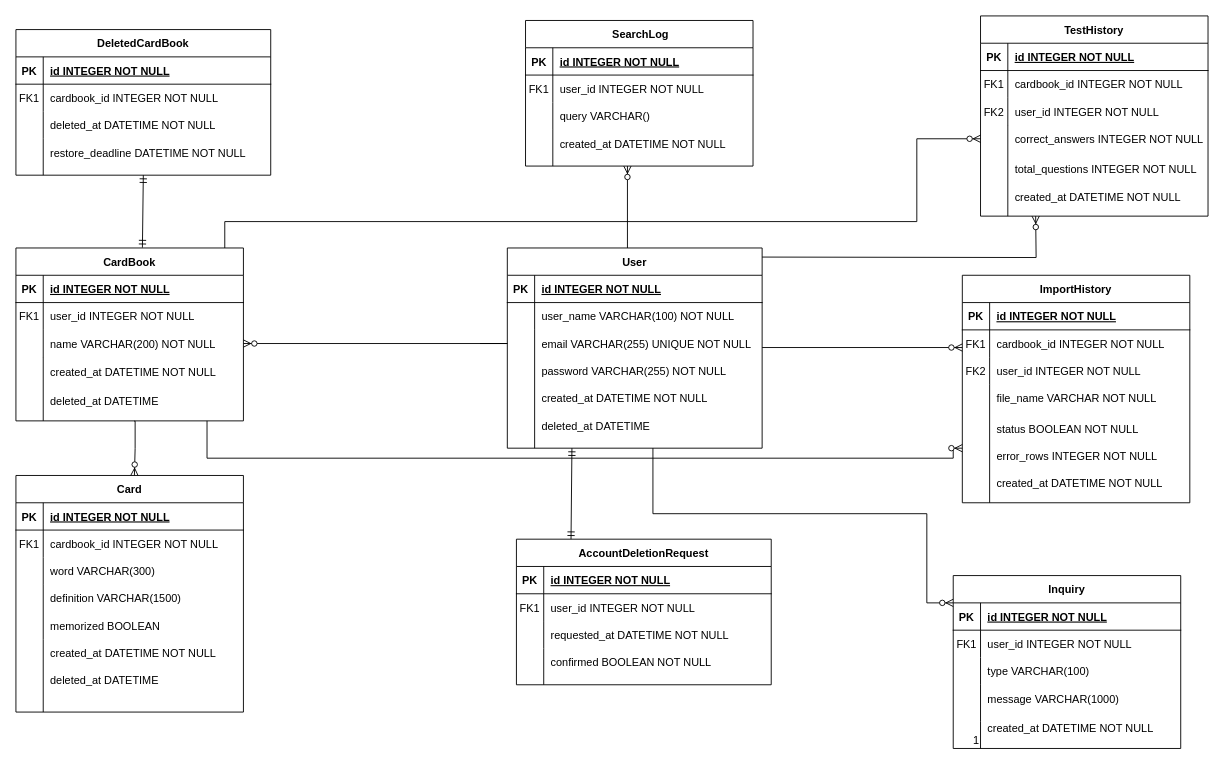
Earlier version of the draw.io diagram tango_er.drawio (osakanae/tango). Source tidied: cells renumbered, new cells numbered last; positions are measured from the earlier drawing's top-left corner, leaving out a move shared by most shapes. Both pictures are drawn from the tidied source at 91%, with x=0, y=0 at pixel (15, 15).
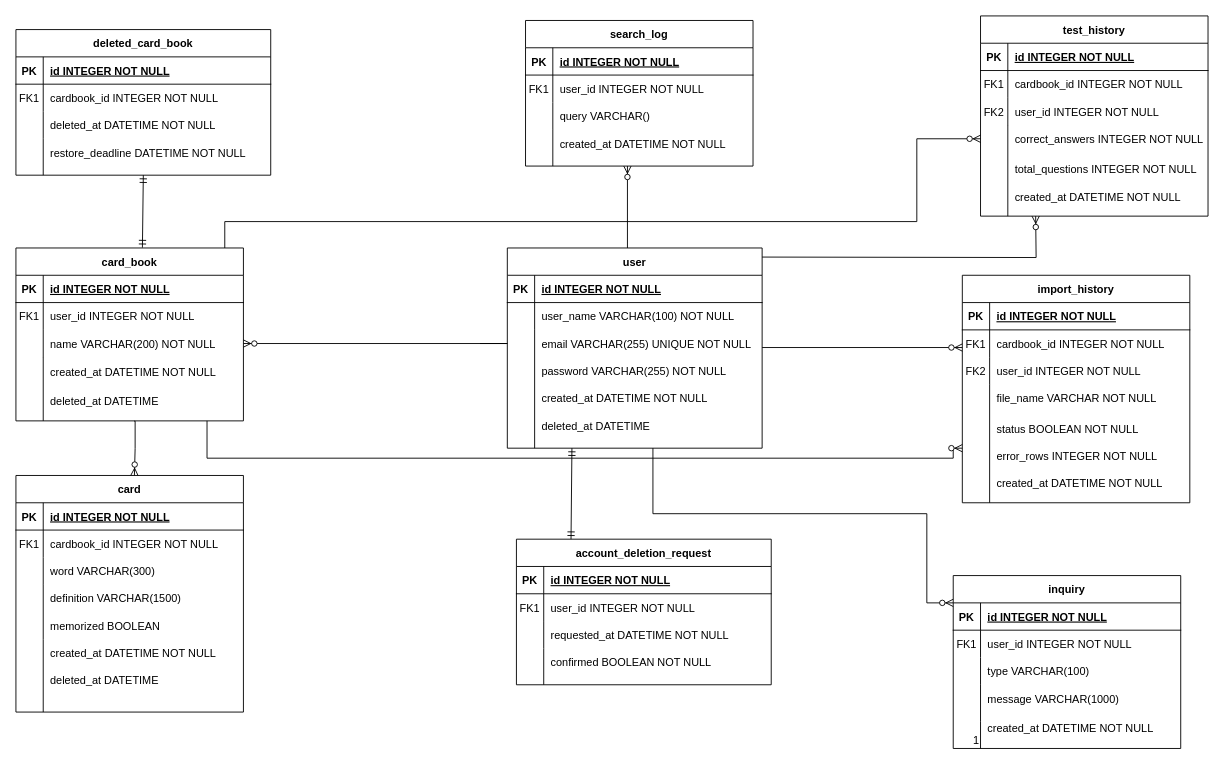
After the change.

Commit message:
テーブル名変更しました

Unchanged cells that the change refers to:
```xml
<mxCell id="2" style="group;" parent="1" vertex="1">
  <mxGeometry x="540" y="255" width="280" height="220" as="geometry" />
</mxCell>
<mxCell id="18" style="group;" parent="16" vertex="1">
  <mxGeometry width="250" height="190" as="geometry" />
</mxCell>
<mxCell id="33" style="group;" parent="31" vertex="1">
  <mxGeometry width="280" height="190" as="geometry" />
</mxCell>
<mxCell id="50" style="group;" parent="49" vertex="1">
  <mxGeometry width="250" height="260" as="geometry" />
</mxCell>
<mxCell id="69" style="group;" parent="67" vertex="1">
  <mxGeometry width="250" height="190" as="geometry" />
</mxCell>
<mxCell id="81" style="group;" parent="1" vertex="1">
  <mxGeometry x="1060" width="250" height="220" as="geometry" />
</mxCell>
<mxCell id="99" style="group;" parent="97" vertex="1">
  <mxGeometry width="250" height="190" as="geometry" />
</mxCell>
<mxCell id="112" style="group;" parent="1" vertex="1">
  <mxGeometry x="1040" y="285" width="250" height="250" as="geometry" />
</mxCell>
<mxCell id="129" style="group;" parent="1" vertex="1">
  <mxGeometry x="550" y="575" width="280" height="160" as="geometry" />
</mxCell>
```

Diff of the diagram source:
```diff
@@
-    <mxCell id="3" value="User" style="shape=table;startSize=30;childLayout=tableLayout;rowLines=0;fontStyle=1;align=center;" parent="2" vertex="1">
+    <mxCell id="3" value="user" style="shape=table;startSize=30;childLayout=tableLayout;rowLines=0;fontStyle=1;align=center;" parent="2" vertex="1">
       <mxGeometry width="280" height="220" as="geometry" />
     </mxCell>
@@
-    <mxCell id="19" value="CardBook" style="shape=table;startSize=30;childLayout=tableLayout;rowLines=0;fontStyle=1;align=center;" parent="18" vertex="1">
+    <mxCell id="19" value="card_book" style="shape=table;startSize=30;childLayout=tableLayout;rowLines=0;fontStyle=1;align=center;" parent="18" vertex="1">
       <mxGeometry width="250" height="190" as="geometry" />
     </mxCell>
@@
-    <mxCell id="34" value="DeletedCardBook" style="shape=table;startSize=30;childLayout=tableLayout;rowLines=0;fontStyle=1;align=center;" parent="33" vertex="1">
+    <mxCell id="34" value="deleted_card_book" style="shape=table;startSize=30;childLayout=tableLayout;rowLines=0;fontStyle=1;align=center;" parent="33" vertex="1">
       <mxGeometry width="280" height="160" as="geometry" />
     </mxCell>
@@
-    <mxCell id="51" value="Card" style="shape=table;startSize=30;childLayout=tableLayout;rowLines=0;fontStyle=1;align=center;" parent="50" vertex="1">
+    <mxCell id="51" value="card" style="shape=table;startSize=30;childLayout=tableLayout;rowLines=0;fontStyle=1;align=center;" parent="50" vertex="1">
       <mxGeometry width="250" height="260" as="geometry" />
     </mxCell>
@@
-    <mxCell id="70" value=" SearchLog" style="shape=table;startSize=30;childLayout=tableLayout;rowLines=0;fontStyle=1;align=center;" parent="69" vertex="1">
+    <mxCell id="70" value="search_log" style="shape=table;startSize=30;childLayout=tableLayout;rowLines=0;fontStyle=1;align=center;" parent="69" vertex="1">
       <mxGeometry width="250" height="160" as="geometry" />
     </mxCell>
@@
-    <mxCell id="83" value="TestHistory" style="shape=table;startSize=30;childLayout=tableLayout;rowLines=0;fontStyle=1;align=center;" parent="81" vertex="1">
+    <mxCell id="83" value="test_history" style="shape=table;startSize=30;childLayout=tableLayout;rowLines=0;fontStyle=1;align=center;" parent="81" vertex="1">
       <mxGeometry width="250" height="220" as="geometry" />
     </mxCell>
@@
-    <mxCell id="100" value="Inquiry" style="shape=table;startSize=30;childLayout=tableLayout;rowLines=0;fontStyle=1;align=center;" parent="99" vertex="1">
+    <mxCell id="100" value="inquiry" style="shape=table;startSize=30;childLayout=tableLayout;rowLines=0;fontStyle=1;align=center;" parent="99" vertex="1">
       <mxGeometry width="250" height="190" as="geometry" />
     </mxCell>
@@
-    <mxCell id="114" value="ImportHistory" style="shape=table;startSize=30;childLayout=tableLayout;rowLines=0;fontStyle=1;align=center;" parent="112" vertex="1">
+    <mxCell id="114" value="import_history" style="shape=table;startSize=30;childLayout=tableLayout;rowLines=0;fontStyle=1;align=center;" parent="112" vertex="1">
       <mxGeometry width="250" height="250" as="geometry" />
     </mxCell>
@@
-    <mxCell id="130" value="AccountDeletionRequest" style="shape=table;startSize=30;childLayout=tableLayout;rowLines=0;fontStyle=1;align=center;" parent="129" vertex="1">
+    <mxCell id="130" value="account_deletion_request" style="shape=table;startSize=30;childLayout=tableLayout;rowLines=0;fontStyle=1;align=center;" parent="129" vertex="1">
       <mxGeometry width="280" height="160" as="geometry" />
     </mxCell>
```
